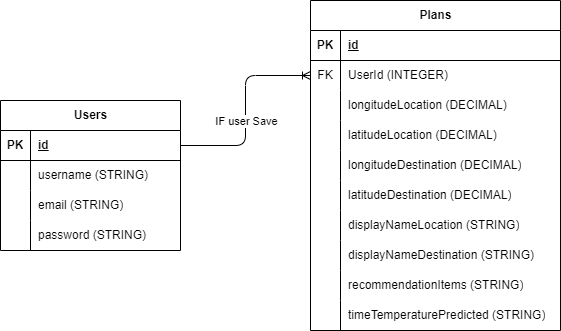
Before: server/schemaERD.drawio.png, a diagram exported from draw.io (mfaishaldp/IP-HCK82). Source tidied: cells renumbered, new cells last; positions are measured from the earlier drawing's top-left corner, leaving out a move shared by most shapes.
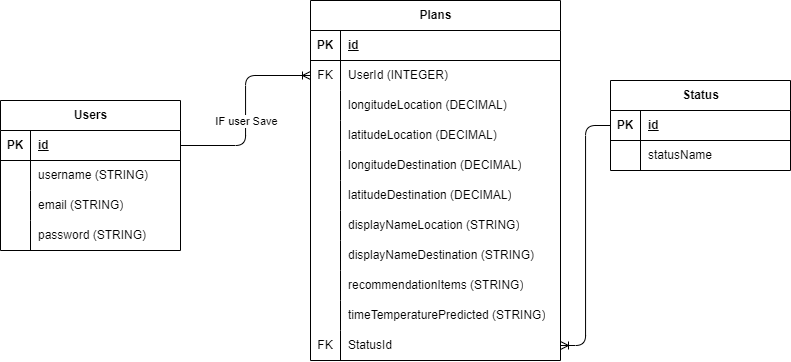
The same file after the commit.

Change to the diagram source:
```diff
@@ -48,7 +48,7 @@
       <mxGeometry x="0.1" relative="1" as="geometry" />
     </mxCell>
     <mxCell id="17" value="Plans" style="shape=table;startSize=30;rowLines=0;fontStyle=1;align=center;html=1;" parent="1" vertex="1">
-      <mxGeometry x="310" width="250" height="330" as="geometry" />
+      <mxGeometry x="310" width="250" height="360" as="geometry" />
     </mxCell>
     <mxCell id="18" style="shape=tableRow;horizontal=0;startSize=0;swimlaneHead=0;swimlaneBody=0;fillColor=none;top=0;left=0;right=0;bottom=1;" parent="17" vertex="1">
       <mxGeometry y="30" width="250" height="30" as="geometry" />
@@ -140,5 +140,38 @@
     <mxCell id="47" value="&lt;span style=&quot;color: rgb(0, 0, 0);&quot;&gt;timeTemperaturePredicted (STRING)&lt;/span&gt;" style="shape=partialRectangle;fillColor=none;top=0;left=0;bottom=0;right=0;align=left;spacingLeft=6;overflow=hidden;whiteSpace=wrap;html=1;" parent="45" vertex="1">
       <mxGeometry x="30" width="220" height="30" as="geometry" />
     </mxCell>
+    <mxCell id="48" style="shape=tableRow;horizontal=0;startSize=0;swimlaneHead=0;swimlaneBody=0;fillColor=none;points=[[0,0.5],[1,0.5]];portConstraint=eastwest;top=0;left=0;right=0;bottom=0;" parent="17" vertex="1">
+      <mxGeometry y="330" width="250" height="30" as="geometry" />
+    </mxCell>
+    <mxCell id="49" value="FK" style="shape=partialRectangle;fillColor=none;top=0;left=0;bottom=0;right=0;overflow=hidden;whiteSpace=wrap;html=1;" parent="48" vertex="1">
+      <mxGeometry width="30" height="30" as="geometry" />
+    </mxCell>
+    <mxCell id="50" value="&lt;span style=&quot;color: rgb(0, 0, 0);&quot;&gt;StatusId&lt;/span&gt;" style="shape=partialRectangle;fillColor=none;top=0;left=0;bottom=0;right=0;align=left;spacingLeft=6;overflow=hidden;whiteSpace=wrap;html=1;" parent="48" vertex="1">
+      <mxGeometry x="30" width="220" height="30" as="geometry" />
+    </mxCell>
+    <mxCell id="51" value="Status" style="shape=table;startSize=30;rowLines=0;fontStyle=1;align=center;html=1;" parent="1" vertex="1">
+      <mxGeometry x="610" y="80" width="180" height="90" as="geometry" />
+    </mxCell>
+    <mxCell id="52" style="shape=tableRow;horizontal=0;startSize=0;swimlaneHead=0;swimlaneBody=0;fillColor=none;points=[[0,0.5],[1,0.5]];portConstraint=eastwest;top=0;left=0;right=0;bottom=1;" parent="51" vertex="1">
+      <mxGeometry y="30" width="180" height="30" as="geometry" />
+    </mxCell>
+    <mxCell id="53" value="PK" style="shape=partialRectangle;fillColor=none;top=0;left=0;bottom=0;right=0;fontStyle=1;overflow=hidden;whiteSpace=wrap;html=1;" parent="52" vertex="1">
+      <mxGeometry width="30" height="30" as="geometry" />
+    </mxCell>
+    <mxCell id="54" value="id" style="shape=partialRectangle;fillColor=none;top=0;left=0;bottom=0;right=0;align=left;spacingLeft=6;fontStyle=5;overflow=hidden;whiteSpace=wrap;html=1;" parent="52" vertex="1">
+      <mxGeometry x="30" width="150" height="30" as="geometry" />
+    </mxCell>
+    <mxCell id="55" style="shape=tableRow;horizontal=0;startSize=0;swimlaneHead=0;swimlaneBody=0;fillColor=none;top=0;left=0;right=0;bottom=0;" parent="51" vertex="1">
+      <mxGeometry y="60" width="180" height="30" as="geometry" />
+    </mxCell>
+    <mxCell id="56" style="shape=partialRectangle;fillColor=none;top=0;left=0;bottom=0;right=0;overflow=hidden;whiteSpace=wrap;html=1;" parent="55" vertex="1">
+      <mxGeometry width="30" height="30" as="geometry" />
+    </mxCell>
+    <mxCell id="57" value="statusName" style="shape=partialRectangle;fillColor=none;top=0;left=0;bottom=0;right=0;align=left;spacingLeft=6;overflow=hidden;whiteSpace=wrap;html=1;" parent="55" vertex="1">
+      <mxGeometry x="30" width="150" height="30" as="geometry" />
+    </mxCell>
+    <mxCell id="58" style="edgeStyle=orthogonalEdgeStyle;html=1;exitX=0;exitY=0.5;exitDx=0;exitDy=0;entryX=1;entryY=0.5;entryDx=0;entryDy=0;endArrow=ERoneToMany;endFill=0;" parent="1" edge="1" source="52" target="48">
+      <mxGeometry relative="1" as="geometry" />
+    </mxCell>
   </root>
 </mxGraphModel>
```
